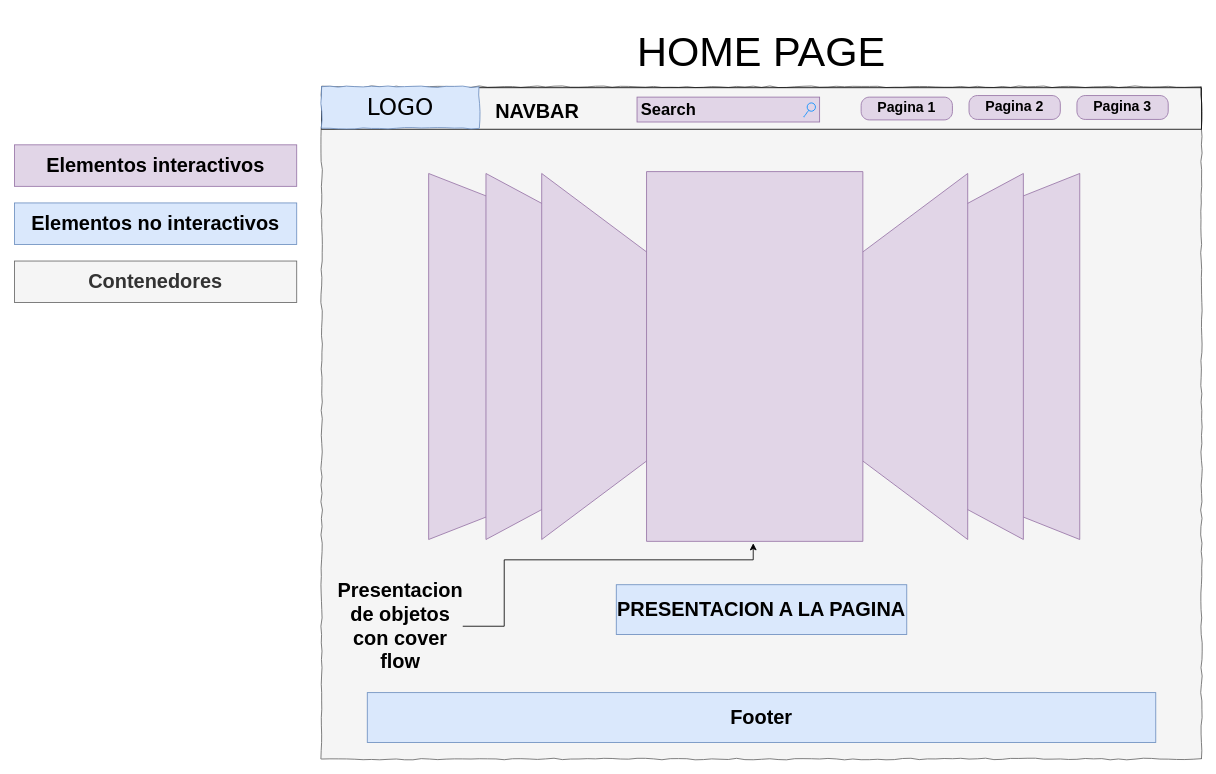
Earlier version of the draw.io diagram page "HomePage" (2 of 5) of Untitled Diagram.drawio (Cristian-Toma/wireframe-portafolio). Source tidied: cells renumbered, new cells numbered last; positions are measured from the earlier drawing's top-left corner, leaving out a move shared by most shapes. Both pictures are drawn from the tidied source at 83%, with x=0, y=0 at pixel (14, 37).
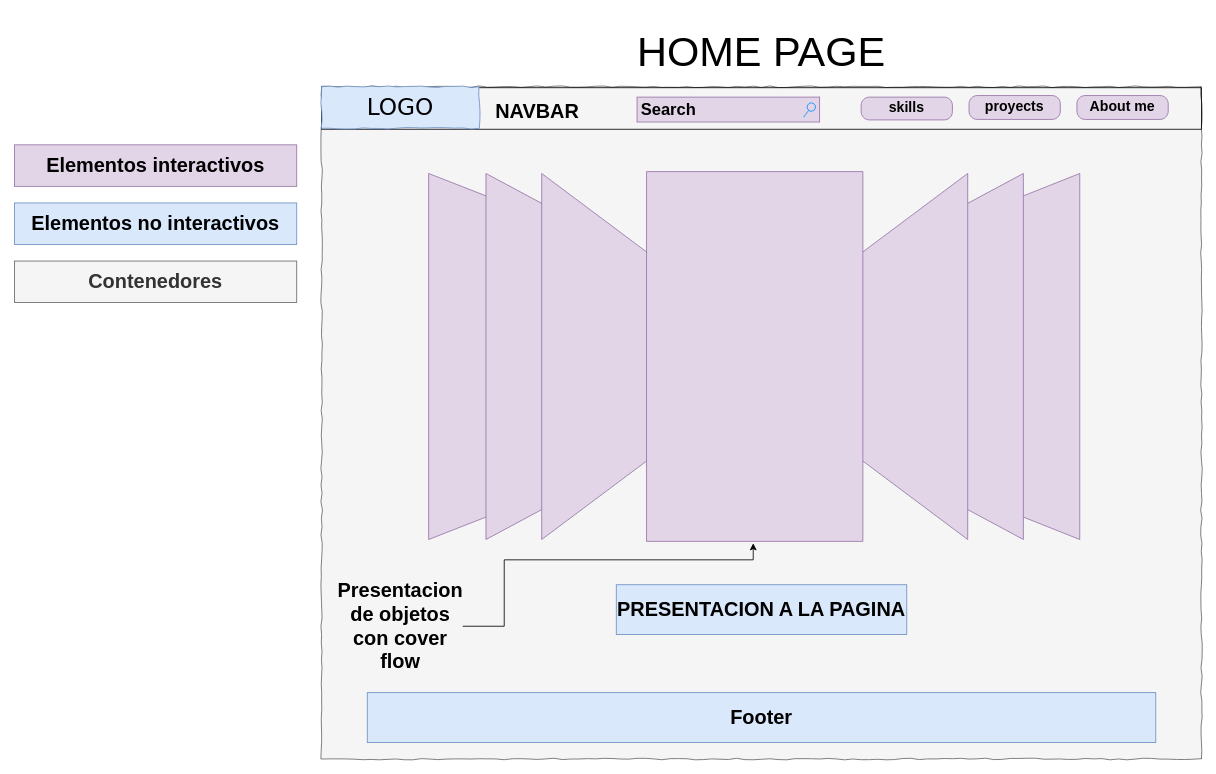
Above is the later version.

The change refers to these unchanged cells:
```xml
<mxCell id="2" style="group;" parent="1" vertex="1">
  <mxGeometry width="1430" height="870" as="geometry" />
</mxCell>
```

What changed in the source:
```diff
@@
-    <mxCell id="17" value="&lt;div&gt;Pagina 1&lt;br&gt;&lt;/div&gt;" style="strokeWidth=1;shadow=0;dashed=0;align=center;html=1;shape=mxgraph.mockup.buttons.button;strokeColor=#9673a6;mainText=;buttonStyle=round;fontSize=17;fontStyle=1;fillColor=#e1d5e7;whiteSpace=wrap;" parent="2" vertex="1">
+    <mxCell id="17" value="&lt;div&gt;skills&lt;/div&gt;" style="strokeWidth=1;shadow=0;dashed=0;align=center;html=1;shape=mxgraph.mockup.buttons.button;strokeColor=#9673a6;mainText=;buttonStyle=round;fontSize=17;fontStyle=1;fillColor=#e1d5e7;whiteSpace=wrap;" parent="2" vertex="1">
       <mxGeometry x="1020" y="72.5" width="110" height="27.5" as="geometry" />
     </mxCell>
-    <mxCell id="18" value="Pagina 2" style="strokeWidth=1;shadow=0;dashed=0;align=center;html=1;shape=mxgraph.mockup.buttons.button;strokeColor=#9673a6;mainText=;buttonStyle=round;fontSize=17;fontStyle=1;fillColor=#e1d5e7;whiteSpace=wrap;" parent="2" vertex="1">
+    <mxCell id="18" value="&lt;div&gt;proyects&lt;/div&gt;" style="strokeWidth=1;shadow=0;dashed=0;align=center;html=1;shape=mxgraph.mockup.buttons.button;strokeColor=#9673a6;mainText=;buttonStyle=round;fontSize=17;fontStyle=1;fillColor=#e1d5e7;whiteSpace=wrap;" parent="2" vertex="1">
       <mxGeometry x="1150" y="70.6" width="110" height="28.8" as="geometry" />
     </mxCell>
-    <mxCell id="19" value="Pagina 3" style="strokeWidth=1;shadow=0;dashed=0;align=center;html=1;shape=mxgraph.mockup.buttons.button;strokeColor=#9673a6;mainText=;buttonStyle=round;fontSize=17;fontStyle=1;fillColor=#e1d5e7;whiteSpace=wrap;" parent="2" vertex="1">
+    <mxCell id="19" value="&lt;div&gt;About me&lt;br&gt;&lt;/div&gt;" style="strokeWidth=1;shadow=0;dashed=0;align=center;html=1;shape=mxgraph.mockup.buttons.button;strokeColor=#9673a6;mainText=;buttonStyle=round;fontSize=17;fontStyle=1;fillColor=#e1d5e7;whiteSpace=wrap;" parent="2" vertex="1">
       <mxGeometry x="1280" y="70.6" width="110" height="28.8" as="geometry" />
     </mxCell>
```
